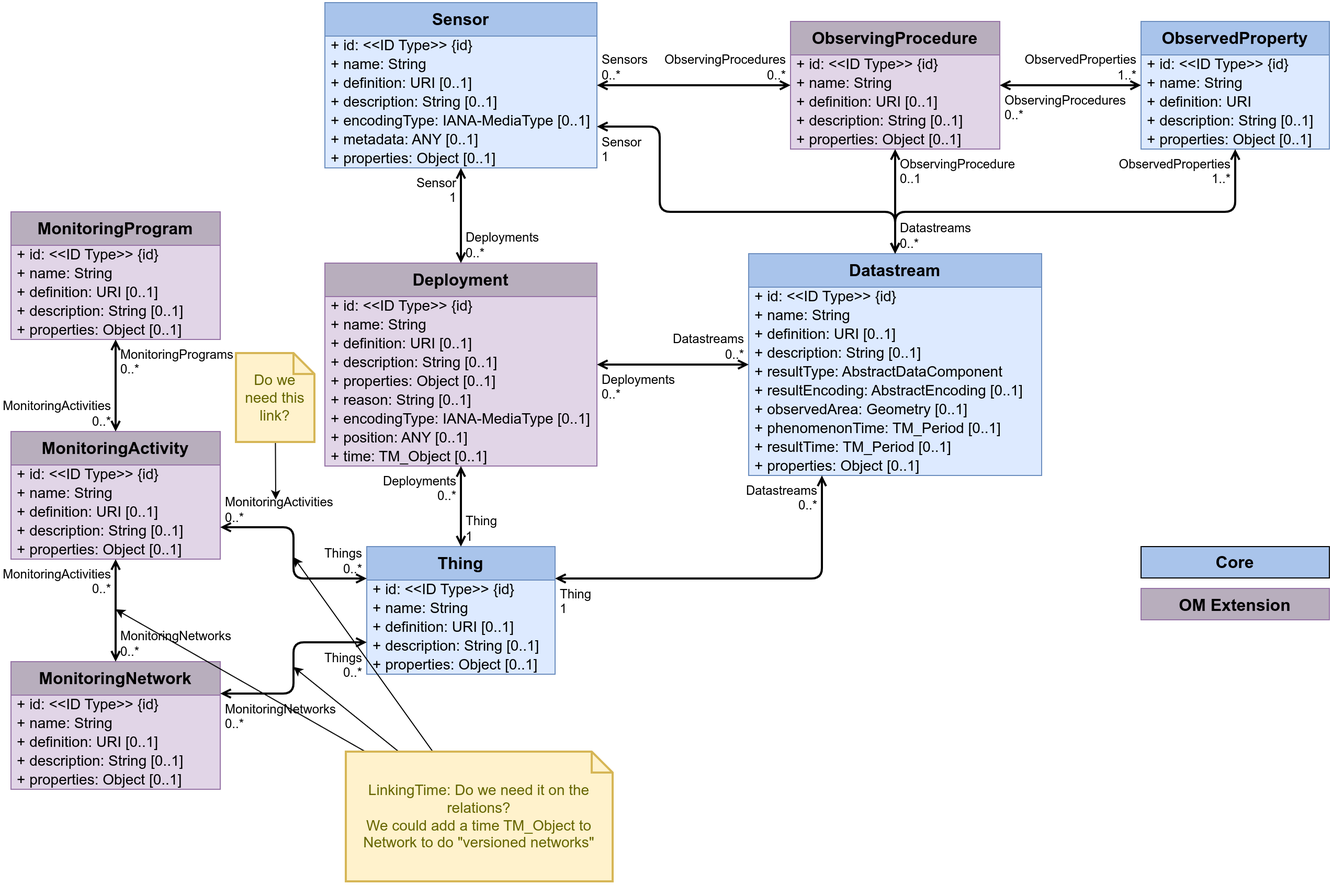
The draw.io diagram figures/Datamodel-SensorThingsApi-V2-OM.drawio.png in opengeospatial/sensorthings, before a commit. Source tidied: cells renumbered, new cells last; positions are measured from the earlier drawing's top-left corner, leaving out a move shared by most shapes.
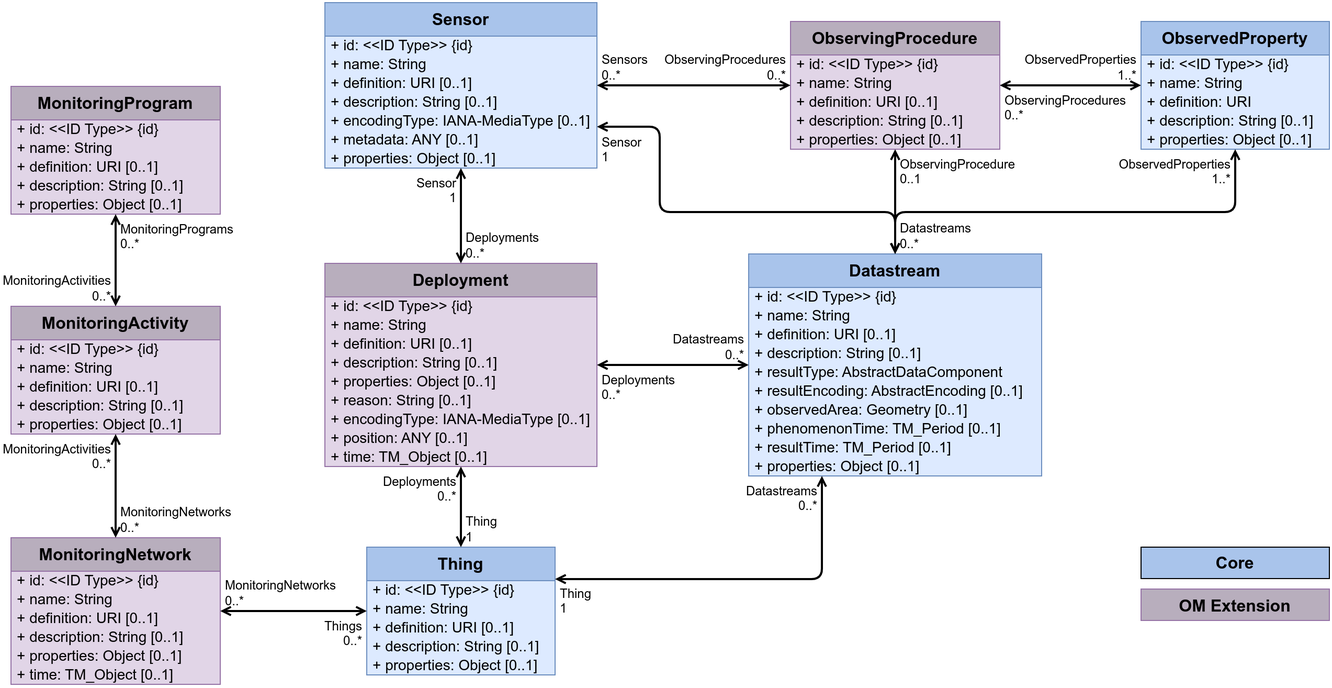
Later version of the same file.

Commit message:
Simplified monitoring part of the OM model

What changed in the source:
```diff
@@ -236,7 +236,7 @@
       <mxGeometry x="1080" y="560" width="180" height="30" as="geometry" />
     </mxCell>
     <mxCell id="76" value="MonitoringNetwork" style="swimlane;fontStyle=1;horizontal=1;startSize=32;fontSize=16;whiteSpace=wrap;html=1;fillColor=#B8AEBD;strokeColor=#9673a6;swimlaneFillColor=#E1D5E7;verticalAlign=top;" parent="1" vertex="1">
-      <mxGeometry y="630" width="200" height="122" as="geometry" />
+      <mxGeometry y="511" width="200" height="140" as="geometry" />
     </mxCell>
     <mxCell id="77" value="+ id: &amp;lt;&amp;lt;ID Type&amp;gt;&amp;gt;&amp;nbsp;{id}" style="text;strokeColor=none;fillColor=none;align=left;verticalAlign=middle;spacingLeft=4;spacingRight=4;overflow=visible;html=1;fontSize=14;" parent="76" vertex="1">
       <mxGeometry y="32" width="200" height="18" as="geometry" />
@@ -253,8 +253,11 @@
     <mxCell id="81" value="+ properties: Object&amp;nbsp;[0..1]" style="text;strokeColor=none;fillColor=none;align=left;verticalAlign=middle;spacingLeft=4;spacingRight=4;overflow=visible;html=1;fontSize=14;" parent="76" vertex="1">
       <mxGeometry y="104" width="200" height="18" as="geometry" />
     </mxCell>
+    <mxCell id="112" value="+&amp;nbsp;time: TM_Object&amp;nbsp;[0..1]" style="text;strokeColor=none;fillColor=none;align=left;verticalAlign=middle;spacingLeft=4;spacingRight=4;overflow=visible;html=1;fontSize=14;" parent="76" vertex="1">
+      <mxGeometry y="122" width="200" height="18" as="geometry" />
+    </mxCell>
     <mxCell id="82" value="MonitoringActivity" style="swimlane;fontStyle=1;horizontal=1;startSize=32;fontSize=16;whiteSpace=wrap;html=1;fillColor=#B8AEBD;strokeColor=#9673a6;swimlaneFillColor=#E1D5E7;verticalAlign=top;" parent="1" vertex="1">
-      <mxGeometry y="410" width="200" height="122" as="geometry" />
+      <mxGeometry y="290" width="200" height="122" as="geometry" />
     </mxCell>
     <mxCell id="83" value="+ id: &amp;lt;&amp;lt;ID Type&amp;gt;&amp;gt;&amp;nbsp;{id}" style="text;strokeColor=none;fillColor=none;align=left;verticalAlign=middle;spacingLeft=4;spacingRight=4;overflow=visible;html=1;fontSize=14;" parent="82" vertex="1">
       <mxGeometry y="32" width="200" height="18" as="geometry" />
@@ -272,7 +275,7 @@
       <mxGeometry y="104" width="200" height="18" as="geometry" />
     </mxCell>
     <mxCell id="88" value="MonitoringProgram" style="swimlane;fontStyle=1;horizontal=1;startSize=32;fontSize=16;whiteSpace=wrap;html=1;fillColor=#B8AEBD;strokeColor=#9673a6;swimlaneFillColor=#E1D5E7;verticalAlign=top;" parent="1" vertex="1">
-      <mxGeometry y="200" width="200" height="122" as="geometry" />
+      <mxGeometry y="80" width="200" height="122" as="geometry" />
     </mxCell>
     <mxCell id="89" value="+ id: &amp;lt;&amp;lt;ID Type&amp;gt;&amp;gt;&amp;nbsp;{id}" style="text;strokeColor=none;fillColor=none;align=left;verticalAlign=middle;spacingLeft=4;spacingRight=4;overflow=visible;html=1;fontSize=14;" parent="88" vertex="1">
       <mxGeometry y="32" width="200" height="18" as="geometry" />
@@ -289,13 +292,13 @@
     <mxCell id="93" value="+ properties: Object&amp;nbsp;[0..1]" style="text;strokeColor=none;fillColor=none;align=left;verticalAlign=middle;spacingLeft=4;spacingRight=4;overflow=visible;html=1;fontSize=14;" parent="88" vertex="1">
       <mxGeometry y="104" width="200" height="18" as="geometry" />
     </mxCell>
-    <mxCell id="94" style="endArrow=open;startArrow=open;html=1;rounded=1;strokeWidth=2;startFill=0;endFill=0;exitX=0;exitY=0.75;exitDx=0;exitDy=0;entryX=1;entryY=0.25;entryDx=0;entryDy=0;edgeStyle=orthogonalEdgeStyle;" parent="1" edge="1" source="56" target="76">
+    <mxCell id="94" style="endArrow=open;startArrow=open;html=1;rounded=1;strokeWidth=2;startFill=0;endFill=0;edgeStyle=orthogonalEdgeStyle;" parent="1" edge="1" source="56" target="76">
       <mxGeometry relative="1" as="geometry" />
     </mxCell>
     <mxCell id="95" value="Things&lt;br&gt;0..*" style="edgeLabel;html=1;align=right;verticalAlign=top;labelBackgroundColor=none;fontSize=12;spacingLeft=2;spacing=3;spacingRight=3;" parent="94" vertex="1">
       <mxGeometry x="-1" relative="1" as="geometry" />
     </mxCell>
-    <mxCell id="96" value="MonitoringNetworks&lt;br&gt;0..*" style="edgeLabel;html=1;align=left;verticalAlign=top;labelBackgroundColor=none;fontSize=12;spacingLeft=2;spacing=3;spacingRight=3;" parent="94" vertex="1">
+    <mxCell id="96" value="MonitoringNetworks&lt;br&gt;0..*" style="edgeLabel;html=1;align=left;verticalAlign=bottom;labelBackgroundColor=none;fontSize=12;spacingLeft=2;spacing=3;spacingRight=3;" parent="94" vertex="1">
       <mxGeometry x="1" relative="1" as="geometry" />
     </mxCell>
     <mxCell id="97" style="endArrow=open;startArrow=open;html=1;rounded=1;noEdgeStyle=1;strokeWidth=2;curved=0;startFill=0;endFill=0;" parent="1" edge="1" source="82" target="76">
@@ -316,40 +319,5 @@
     <mxCell id="102" value="MonitoringPrograms&lt;br&gt;0..*" style="edgeLabel;html=1;align=left;verticalAlign=top;labelBackgroundColor=none;fontSize=12;spacingLeft=2;spacing=3;spacingRight=3;" parent="100" vertex="1">
       <mxGeometry x="1" relative="1" as="geometry" />
     </mxCell>
-    <mxCell id="103" style="endArrow=open;startArrow=open;html=1;rounded=1;strokeWidth=2;startFill=0;endFill=0;exitX=0;exitY=0.25;exitDx=0;exitDy=0;entryX=1;entryY=0.75;entryDx=0;entryDy=0;edgeStyle=orthogonalEdgeStyle;" parent="1" edge="1" source="56" target="82">
-      <mxGeometry relative="1" as="geometry" />
-    </mxCell>
-    <mxCell id="104" value="Things&lt;br&gt;0..*" style="edgeLabel;html=1;align=right;verticalAlign=bottom;labelBackgroundColor=none;fontSize=12;spacingLeft=2;spacing=3;spacingRight=3;" parent="103" vertex="1">
-      <mxGeometry x="-1" relative="1" as="geometry" />
-    </mxCell>
-    <mxCell id="105" value="MonitoringActivities&lt;br&gt;0..*" style="edgeLabel;html=1;align=left;verticalAlign=bottom;labelBackgroundColor=none;fontSize=12;spacingLeft=2;spacing=3;spacingRight=3;" parent="103" vertex="1">
-      <mxGeometry x="1" relative="1" as="geometry" />
-    </mxCell>
-    <mxCell id="106" style="rounded=0;jettySize=auto;html=1;" parent="1" edge="1" source="109">
-      <mxGeometry relative="1" as="geometry">
-        <mxPoint x="270" y="635" as="targetPoint" />
-      </mxGeometry>
-    </mxCell>
-    <mxCell id="107" style="rounded=0;jettySize=auto;html=1;" parent="1" edge="1" source="109">
-      <mxGeometry relative="1" as="geometry">
-        <mxPoint x="100" y="580" as="targetPoint" />
-      </mxGeometry>
-    </mxCell>
-    <mxCell id="108" style="rounded=0;jettySize=auto;html=1;" parent="1" edge="1" source="109">
-      <mxGeometry relative="1" as="geometry">
-        <mxPoint x="270" y="530" as="targetPoint" />
-      </mxGeometry>
-    </mxCell>
-    <mxCell id="109" value="LinkingTime: Do we need it on the relations?&lt;br&gt;We could add a time TM_Object to Network to do &quot;versioned networks&quot;" style="shape=note;strokeWidth=2;fontSize=14;size=20;whiteSpace=wrap;html=1;fillColor=#fff2cc;strokeColor=#d6b656;fontColor=#666600;" parent="1" vertex="1">
-      <mxGeometry x="320" y="716" width="255" height="124" as="geometry" />
-    </mxCell>
-    <mxCell id="110" style="rounded=0;jettySize=auto;html=1;" parent="1" edge="1" source="111">
-      <mxGeometry relative="1" as="geometry">
-        <mxPoint x="253" y="475" as="targetPoint" />
-      </mxGeometry>
-    </mxCell>
-    <mxCell id="111" value="Do we need this link?" style="shape=note;strokeWidth=2;fontSize=14;size=20;whiteSpace=wrap;html=1;fillColor=#fff2cc;strokeColor=#d6b656;fontColor=#666600;" parent="1" vertex="1">
-      <mxGeometry x="215" y="335" width="75" height="85" as="geometry" />
-    </mxCell>
   </root>
 </mxGraphModel>
```
